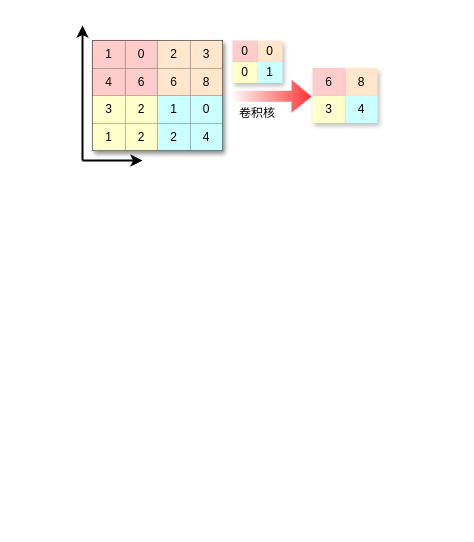
The draw.io diagram pooling.drawio in Noeverer/Mindmap, before the edit. Source tidied: cells renumbered, new cells numbered last; positions are measured from the earlier drawing's top-left corner, leaving out a move shared by most shapes. Both pictures are drawn from the tidied source at 100%, with x=0, y=0 at pixel (22, 25).
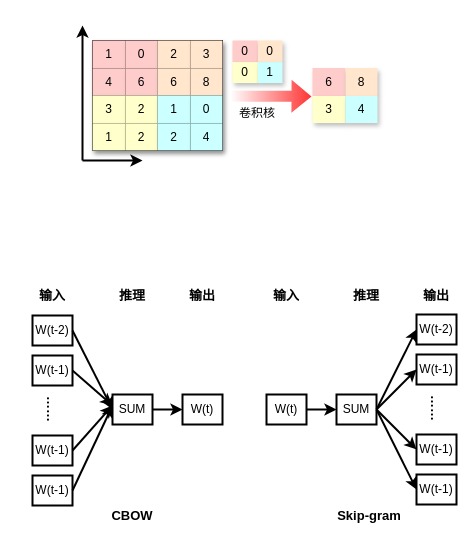
The same diagram, later.

What changed in the source:
```diff
@@
+    <mxCell id="37" style="rounded=0;jettySize=auto;html=1;exitX=1;exitY=0.5;exitDx=0;exitDy=0;entryX=0;entryY=0.5;entryDx=0;entryDy=0;strokeColor=#000000;strokeWidth=2;fillColor=#ffffff;gradientColor=#FF3333;" parent="1" edge="1" source="36" target="51">
+      <mxGeometry relative="1" as="geometry" />
+    </mxCell>
-    <mxCell id="36" style="rounded=1;whiteSpace=wrap;html=1;shadow=1;strokeWidth=2;opacity=0;fillColor=none;" parent="1" vertex="1">
-      <mxGeometry y="190" width="60" height="60" as="geometry" />
+    <mxCell id="36" value="W(t-2)" style="rounded=0;whiteSpace=wrap;html=1;shadow=0;strokeWidth=2;fillColor=none;" parent="1" vertex="1">
+      <mxGeometry x="10" y="290" width="40" height="30" as="geometry" />
     </mxCell>
+    <mxCell id="38" style="edgeStyle=none;rounded=0;jettySize=auto;html=1;exitX=1;exitY=0.5;exitDx=0;exitDy=0;strokeColor=#000000;strokeWidth=2;fillColor=#ffffff;gradientColor=#FF3333;" parent="1" edge="1" source="39">
+      <mxGeometry relative="1" as="geometry">
+        <mxPoint x="90" y="380" as="targetPoint" />
+      </mxGeometry>
+    </mxCell>
+    <mxCell id="39" value="W(t-1)" style="rounded=0;whiteSpace=wrap;html=1;shadow=0;strokeWidth=2;fillColor=none;" parent="1" vertex="1">
+      <mxGeometry x="10" y="330" width="40" height="30" as="geometry" />
+    </mxCell>
+    <mxCell id="40" style="edgeStyle=none;rounded=0;jettySize=auto;html=1;exitX=1;exitY=0.5;exitDx=0;exitDy=0;strokeColor=#000000;strokeWidth=2;fillColor=#ffffff;gradientColor=#FF3333;" parent="1" edge="1" source="41">
+      <mxGeometry relative="1" as="geometry">
+        <mxPoint x="90" y="380" as="targetPoint" />
+      </mxGeometry>
+    </mxCell>
+    <mxCell id="41" value="W(t-1)" style="rounded=0;whiteSpace=wrap;html=1;shadow=0;strokeWidth=2;fillColor=none;" parent="1" vertex="1">
+      <mxGeometry x="10" y="410" width="40" height="30" as="geometry" />
+    </mxCell>
+    <mxCell id="42" style="edgeStyle=none;rounded=0;jettySize=auto;html=1;exitX=1;exitY=0.5;exitDx=0;exitDy=0;strokeColor=#000000;strokeWidth=2;fillColor=#ffffff;gradientColor=#FF3333;" parent="1" edge="1" source="43">
+      <mxGeometry relative="1" as="geometry">
+        <mxPoint x="90" y="380" as="targetPoint" />
+      </mxGeometry>
+    </mxCell>
+    <mxCell id="43" value="W(t-1)" style="rounded=0;whiteSpace=wrap;html=1;shadow=0;strokeWidth=2;fillColor=none;" parent="1" vertex="1">
+      <mxGeometry x="10" y="450" width="40" height="30" as="geometry" />
+    </mxCell>
+    <mxCell id="44" value="&lt;b&gt;&lt;font style=&quot;font-size: 13px&quot;&gt;……&lt;/font&gt;&lt;/b&gt;" style="text;html=1;strokeColor=none;fillColor=none;align=center;verticalAlign=middle;whiteSpace=wrap;rounded=0;shadow=0;rotation=90;" parent="1" vertex="1">
+      <mxGeometry x="10" y="374" width="40" height="20" as="geometry" />
+    </mxCell>
+    <mxCell id="45" value="W(t-2)" style="rounded=0;whiteSpace=wrap;html=1;shadow=0;strokeWidth=2;fillColor=none;" parent="1" vertex="1">
+      <mxGeometry x="394" y="289" width="40" height="30" as="geometry" />
+    </mxCell>
+    <mxCell id="46" value="W(t-1)" style="rounded=0;whiteSpace=wrap;html=1;shadow=0;strokeWidth=2;fillColor=none;" parent="1" vertex="1">
+      <mxGeometry x="394" y="329" width="40" height="30" as="geometry" />
+    </mxCell>
+    <mxCell id="47" value="W(t-1)" style="rounded=0;whiteSpace=wrap;html=1;shadow=0;strokeWidth=2;fillColor=none;" parent="1" vertex="1">
+      <mxGeometry x="394" y="409" width="40" height="30" as="geometry" />
+    </mxCell>
+    <mxCell id="48" value="W(t-1)" style="rounded=0;whiteSpace=wrap;html=1;shadow=0;strokeWidth=2;fillColor=none;" parent="1" vertex="1">
+      <mxGeometry x="394" y="449" width="40" height="30" as="geometry" />
+    </mxCell>
+    <mxCell id="49" value="&lt;b&gt;&lt;font style=&quot;font-size: 13px&quot;&gt;……&lt;/font&gt;&lt;/b&gt;" style="text;html=1;strokeColor=none;fillColor=none;align=center;verticalAlign=middle;whiteSpace=wrap;rounded=0;shadow=0;rotation=90;" parent="1" vertex="1">
+      <mxGeometry x="394" y="373" width="40" height="20" as="geometry" />
+    </mxCell>
+    <mxCell id="50" style="edgeStyle=none;rounded=0;jettySize=auto;html=1;exitX=1;exitY=0.5;exitDx=0;exitDy=0;entryX=0;entryY=0.5;entryDx=0;entryDy=0;strokeColor=#000000;strokeWidth=2;fillColor=#ffffff;gradientColor=#FF3333;" parent="1" edge="1" source="51" target="52">
+      <mxGeometry relative="1" as="geometry" />
+    </mxCell>
+    <mxCell id="51" value="SUM" style="rounded=0;whiteSpace=wrap;html=1;shadow=0;strokeWidth=2;fillColor=none;" parent="1" vertex="1">
+      <mxGeometry x="90" y="369" width="40" height="30" as="geometry" />
+    </mxCell>
+    <mxCell id="52" value="W(t)" style="rounded=0;whiteSpace=wrap;html=1;shadow=0;strokeWidth=2;fillColor=none;" parent="1" vertex="1">
+      <mxGeometry x="160" y="369" width="40" height="30" as="geometry" />
+    </mxCell>
+    <mxCell id="53" style="edgeStyle=none;rounded=0;jettySize=auto;html=1;entryX=0;entryY=0.5;entryDx=0;entryDy=0;strokeColor=#000000;strokeWidth=2;fillColor=#ffffff;gradientColor=#FF3333;" parent="1" edge="1" target="45">
+      <mxGeometry relative="1" as="geometry">
+        <mxPoint x="354" y="384" as="sourcePoint" />
+      </mxGeometry>
+    </mxCell>
+    <mxCell id="54" style="edgeStyle=none;rounded=0;jettySize=auto;html=1;exitX=1;exitY=0.5;exitDx=0;exitDy=0;entryX=0;entryY=0.5;entryDx=0;entryDy=0;strokeColor=#000000;strokeWidth=2;fillColor=#ffffff;gradientColor=#FF3333;" parent="1" edge="1" source="57" target="46">
+      <mxGeometry relative="1" as="geometry" />
+    </mxCell>
+    <mxCell id="55" style="edgeStyle=none;rounded=0;jettySize=auto;html=1;exitX=1;exitY=0.5;exitDx=0;exitDy=0;entryX=0;entryY=0.5;entryDx=0;entryDy=0;strokeColor=#000000;strokeWidth=2;fillColor=#ffffff;gradientColor=#FF3333;" parent="1" edge="1" source="57" target="47">
+      <mxGeometry relative="1" as="geometry" />
+    </mxCell>
+    <mxCell id="56" style="edgeStyle=none;rounded=0;jettySize=auto;html=1;exitX=1;exitY=0.5;exitDx=0;exitDy=0;entryX=0;entryY=0.5;entryDx=0;entryDy=0;strokeColor=#000000;strokeWidth=2;fillColor=#ffffff;gradientColor=#FF3333;" parent="1" edge="1" source="57" target="48">
+      <mxGeometry relative="1" as="geometry" />
+    </mxCell>
+    <mxCell id="57" value="SUM" style="rounded=0;whiteSpace=wrap;html=1;shadow=0;strokeWidth=2;fillColor=none;" parent="1" vertex="1">
+      <mxGeometry x="314" y="369" width="40" height="30" as="geometry" />
+    </mxCell>
+    <mxCell id="58" style="edgeStyle=none;rounded=0;jettySize=auto;html=1;exitX=1;exitY=0.5;exitDx=0;exitDy=0;entryX=0;entryY=0.5;entryDx=0;entryDy=0;strokeColor=#000000;strokeWidth=2;fillColor=#ffffff;gradientColor=#FF3333;" parent="1" edge="1" source="59" target="57">
+      <mxGeometry relative="1" as="geometry" />
+    </mxCell>
+    <mxCell id="59" value="W(t)" style="rounded=0;whiteSpace=wrap;html=1;shadow=0;strokeWidth=2;fillColor=none;" parent="1" vertex="1">
+      <mxGeometry x="244" y="369" width="40" height="30" as="geometry" />
+    </mxCell>
+    <mxCell id="60" value="&lt;b&gt;&lt;font style=&quot;font-size: 13px&quot;&gt;输入&lt;/font&gt;&lt;/b&gt;" style="text;html=1;strokeColor=none;fillColor=none;align=center;verticalAlign=middle;whiteSpace=wrap;rounded=0;shadow=0;" parent="1" vertex="1">
+      <mxGeometry x="10" y="260" width="40" height="20" as="geometry" />
+    </mxCell>
+    <mxCell id="61" value="&lt;span style=&quot;font-size: 13px&quot;&gt;&lt;b&gt;推理&lt;/b&gt;&lt;/span&gt;" style="text;html=1;strokeColor=none;fillColor=none;align=center;verticalAlign=middle;whiteSpace=wrap;rounded=0;shadow=0;" parent="1" vertex="1">
+      <mxGeometry x="90" y="260" width="40" height="20" as="geometry" />
+    </mxCell>
+    <mxCell id="62" value="&lt;span style=&quot;font-size: 13px&quot;&gt;&lt;b&gt;输出&lt;/b&gt;&lt;/span&gt;" style="text;html=1;strokeColor=none;fillColor=none;align=center;verticalAlign=middle;whiteSpace=wrap;rounded=0;shadow=0;" parent="1" vertex="1">
+      <mxGeometry x="160" y="260" width="40" height="20" as="geometry" />
+    </mxCell>
+    <mxCell id="63" value="&lt;b&gt;&lt;font style=&quot;font-size: 13px&quot;&gt;输入&lt;/font&gt;&lt;/b&gt;" style="text;html=1;strokeColor=none;fillColor=none;align=center;verticalAlign=middle;whiteSpace=wrap;rounded=0;shadow=0;" parent="1" vertex="1">
+      <mxGeometry x="244" y="260" width="40" height="20" as="geometry" />
+    </mxCell>
+    <mxCell id="64" value="&lt;span style=&quot;font-size: 13px&quot;&gt;&lt;b&gt;推理&lt;/b&gt;&lt;/span&gt;" style="text;html=1;strokeColor=none;fillColor=none;align=center;verticalAlign=middle;whiteSpace=wrap;rounded=0;shadow=0;" parent="1" vertex="1">
+      <mxGeometry x="324" y="260" width="40" height="20" as="geometry" />
+    </mxCell>
+    <mxCell id="65" value="&lt;span style=&quot;font-size: 13px&quot;&gt;&lt;b&gt;输出&lt;/b&gt;&lt;/span&gt;" style="text;html=1;strokeColor=none;fillColor=none;align=center;verticalAlign=middle;whiteSpace=wrap;rounded=0;shadow=0;" parent="1" vertex="1">
+      <mxGeometry x="394" y="260" width="40" height="20" as="geometry" />
+    </mxCell>
+    <mxCell id="66" value="&lt;font style=&quot;font-size: 13px&quot;&gt;&lt;b&gt;CBOW&lt;/b&gt;&lt;/font&gt;" style="text;html=1;strokeColor=none;fillColor=none;align=center;verticalAlign=middle;whiteSpace=wrap;rounded=0;shadow=0;" parent="1" vertex="1">
+      <mxGeometry x="90" y="480" width="40" height="20" as="geometry" />
+    </mxCell>
+    <mxCell id="67" value="&lt;span style=&quot;font-size: 13px&quot;&gt;&lt;b&gt;Skip-gram&lt;br&gt;&lt;/b&gt;&lt;/span&gt;" style="text;html=1;strokeColor=none;fillColor=none;align=center;verticalAlign=middle;whiteSpace=wrap;rounded=0;shadow=0;" parent="1" vertex="1">
+      <mxGeometry x="314" y="480" width="66" height="20" as="geometry" />
+    </mxCell>
```
